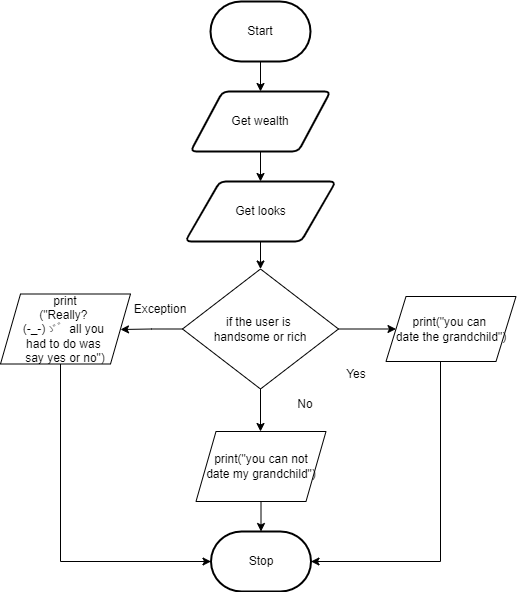
Huzaifa-Khalid-2/ICS3U-Unit3-07-Python keeps this draw.io diagram as flowchart.png. Above is the earlier version. Source tidied: cells renumbered, new cells last; positions are measured from the earlier drawing's top-left corner, leaving out a move shared by most shapes.
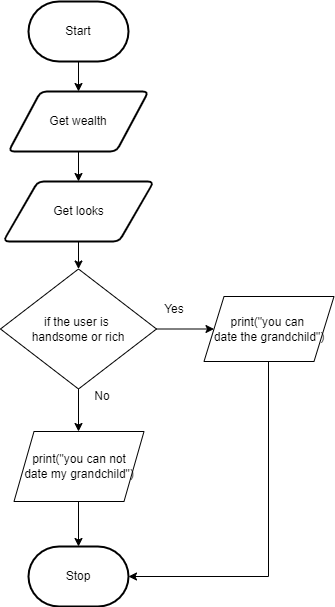
Above is the later version.

Commit message:
added flow chart

What changed in the source:
```diff
@@ -22,16 +22,11 @@
         <mxPoint x="260" y="430" as="targetPoint" />
       </mxGeometry>
     </mxCell>
-    <mxCell id="8" style="edgeStyle=orthogonalEdgeStyle;rounded=0;html=1;" parent="1" edge="1" source="9">
-      <mxGeometry relative="1" as="geometry">
-        <mxPoint x="120" y="328" as="targetPoint" />
-      </mxGeometry>
-    </mxCell>
     <mxCell id="9" value="if the user is &lt;br&gt;handsome or rich" style="rhombus;whiteSpace=wrap;html=1;" parent="1" vertex="1">
       <mxGeometry x="182" y="267.5" width="156" height="120" as="geometry" />
     </mxCell>
     <mxCell id="10" value="Stop" style="strokeWidth=2;html=1;shape=mxgraph.flowchart.terminator;whiteSpace=wrap;" parent="1" vertex="1">
-      <mxGeometry x="210.5" y="530" width="100" height="60" as="geometry" />
+      <mxGeometry x="210" y="545" width="100" height="60" as="geometry" />
     </mxCell>
     <mxCell id="11" style="edgeStyle=none;html=1;entryX=0.5;entryY=0;entryDx=0;entryDy=0;" parent="1" edge="1" source="12" target="9">
       <mxGeometry relative="1" as="geometry" />
@@ -39,20 +34,19 @@
     <mxCell id="12" value="Get looks" style="shape=parallelogram;html=1;strokeWidth=2;perimeter=parallelogramPerimeter;whiteSpace=wrap;rounded=1;arcSize=12;size=0.23;" parent="1" vertex="1">
       <mxGeometry x="184.8" y="180" width="150.5" height="60" as="geometry" />
     </mxCell>
-    <mxCell id="13" style="edgeStyle=orthogonalEdgeStyle;rounded=0;html=1;" parent="1" edge="1" source="14" target="10">
+    <mxCell id="13" style="edgeStyle=elbowEdgeStyle;rounded=0;html=1;" parent="1" edge="1" source="14" target="10">
       <mxGeometry relative="1" as="geometry" />
     </mxCell>
     <mxCell id="14" value="print(&quot;you can not&lt;br&gt;date my grandchild&quot;)" style="shape=parallelogram;perimeter=parallelogramPerimeter;whiteSpace=wrap;html=1;fixedSize=1;" parent="1" vertex="1">
       <mxGeometry x="195.5" y="430" width="130" height="70" as="geometry" />
     </mxCell>
     <mxCell id="15" value="No" style="text;html=1;strokeColor=none;fillColor=none;align=center;verticalAlign=middle;whiteSpace=wrap;rounded=0;" parent="1" vertex="1">
-      <mxGeometry x="275.2" y="387.5" width="60" height="30" as="geometry" />
+      <mxGeometry x="254" y="380" width="60" height="30" as="geometry" />
     </mxCell>
-    <mxCell id="16" style="edgeStyle=elbowEdgeStyle;rounded=0;html=1;entryX=1;entryY=0.5;entryDx=0;entryDy=0;entryPerimeter=0;" parent="1" edge="1" source="17" target="10">
+    <mxCell id="16" style="edgeStyle=elbowEdgeStyle;html=1;rounded=0;entryX=1;entryY=0.5;entryDx=0;entryDy=0;entryPerimeter=0;" parent="1" edge="1" source="17" target="10">
       <mxGeometry relative="1" as="geometry">
         <Array as="points">
-          <mxPoint x="440" y="410" />
-          <mxPoint x="460" y="470" />
+          <mxPoint x="450" y="490" />
         </Array>
       </mxGeometry>
     </mxCell>
@@ -60,20 +54,7 @@
       <mxGeometry x="385.5" y="295" width="130" height="65" as="geometry" />
     </mxCell>
     <mxCell id="18" value="Yes" style="text;html=1;strokeColor=none;fillColor=none;align=center;verticalAlign=middle;whiteSpace=wrap;rounded=0;" parent="1" vertex="1">
-      <mxGeometry x="325.5" y="357.5" width="60" height="30" as="geometry" />
+      <mxGeometry x="325.5" y="292.5" width="60" height="30" as="geometry" />
     </mxCell>
-    <mxCell id="19" value="Exception" style="text;html=1;strokeColor=none;fillColor=none;align=center;verticalAlign=middle;whiteSpace=wrap;rounded=0;" parent="1" vertex="1">
-      <mxGeometry x="130" y="292.5" width="60" height="30" as="geometry" />
-    </mxCell>
-    <mxCell id="20" style="edgeStyle=elbowEdgeStyle;rounded=0;html=1;entryX=0;entryY=0.5;entryDx=0;entryDy=0;entryPerimeter=0;" parent="1" edge="1" source="21" target="10">
-      <mxGeometry relative="1" as="geometry">
-        <Array as="points">
-          <mxPoint x="60" y="456" />
-        </Array>
-      </mxGeometry>
-    </mxCell>
-    <mxCell id="21" value="print&lt;br&gt;(&quot;Really? &lt;br&gt;(-_-)ゞ゛all you &lt;br&gt;had to do was &lt;br&gt;say yes or no&quot;)" style="shape=parallelogram;perimeter=parallelogramPerimeter;whiteSpace=wrap;html=1;fixedSize=1;" parent="1" vertex="1">
-      <mxGeometry y="292.5" width="130" height="70" as="geometry" />
-    </mxCell>
   </root>
 </mxGraphModel>
```
